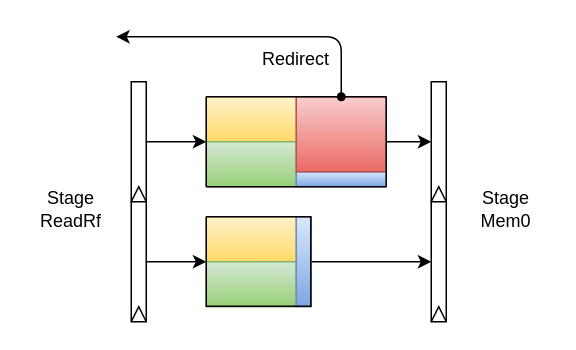
The draw.io diagram pic/executeSc.drawio in 0xtaruhi/AzureMIPS-doc, before the edit. Source tidied: cells renumbered, new cells numbered last; positions are measured from the earlier drawing's top-left corner, leaving out a move shared by most shapes. Both pictures are drawn from the tidied source at 150%, with x=0, y=0 at pixel (26, 36).
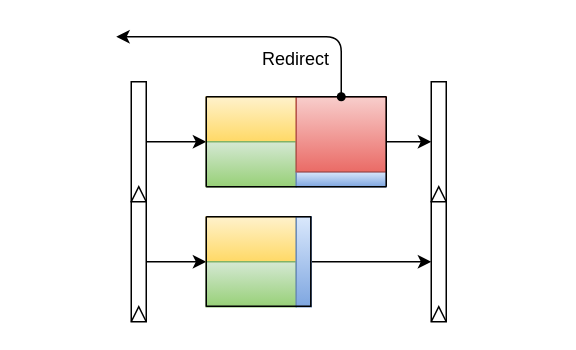
The same diagram, later.

Diff of the diagram source:
```diff
@@
-    <mxCell id="12" value="Stage&lt;br&gt;Mem0" style="text;html=1;strokeColor=none;fillColor=none;align=center;verticalAlign=middle;whiteSpace=wrap;rounded=0;" parent="1" vertex="1">
-      <mxGeometry x="290" y="100" width="60" height="30" as="geometry" />
-    </mxCell>
-    <mxCell id="13" value="Stage&lt;br&gt;ReadRf" style="text;html=1;strokeColor=none;fillColor=none;align=center;verticalAlign=middle;whiteSpace=wrap;rounded=0;" parent="1" vertex="1">
-      <mxGeometry y="100" width="60" height="30" as="geometry" />
-    </mxCell>
```
